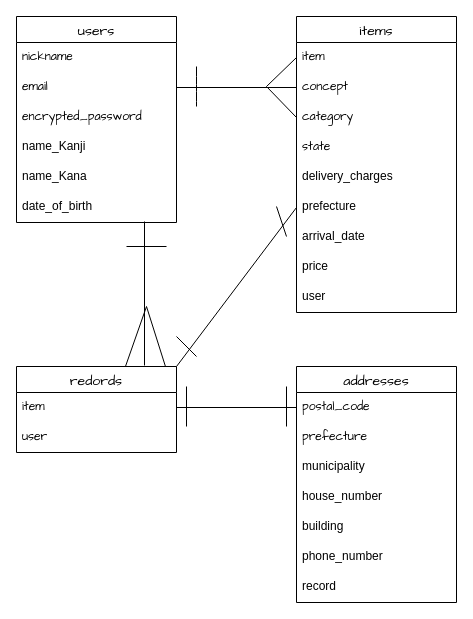
The draw.io diagram furima.dio in 310Wakana/furima-40149, before the edit. Source tidied: cells renumbered, new cells numbered last; positions are measured from the earlier drawing's top-left corner, leaving out a move shared by most shapes. Both pictures are drawn from the tidied source at 100%, with x=0, y=0 at pixel (16, 16).
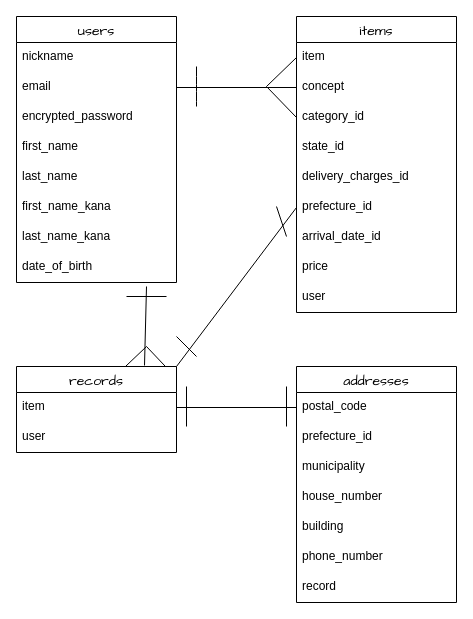
The same diagram, later.

Unchanged cells that the change refers to:
```xml
<mxCell id="9" value="items" style="swimlane;fontStyle=0;horizontal=1;startSize=26;align=center;fontSize=14;hachureGap=4;fontFamily=Architects Daughter;" parent="1" vertex="1">
  <mxGeometry x="280" width="160" height="296" as="geometry" />
</mxCell>
<mxCell id="22" value="addresses" style="swimlane;fontStyle=0;horizontal=1;startSize=26;align=center;fontSize=14;hachureGap=4;fontFamily=Architects Daughter;" parent="1" vertex="1">
  <mxGeometry x="280" y="350" width="160" height="236" as="geometry" />
</mxCell>
```

Change to the diagram source:
```diff
@@
     <mxCell id="2" value="users" style="swimlane;fontStyle=0;horizontal=1;startSize=26;align=center;fontSize=14;hachureGap=4;fontFamily=Architects Daughter;" parent="1" vertex="1">
-      <mxGeometry width="160" height="206" as="geometry" />
+      <mxGeometry width="160" height="266" as="geometry" />
     </mxCell>
-    <mxCell id="3" value="nickname" style="text;strokeColor=none;fillColor=none;spacingLeft=4;spacingRight=4;overflow=hidden;fontSize=12;hachureGap=4;fontFamily=Architects Daughter;" parent="2" vertex="1">
+    <mxCell id="3" value="nickname" style="text;strokeColor=none;fillColor=none;spacingLeft=4;spacingRight=4;overflow=hidden;fontSize=12;hachureGap=4;fontFamily=Helvetica;" parent="2" vertex="1">
       <mxGeometry y="26" width="160" height="30" as="geometry" />
     </mxCell>
-    <mxCell id="4" value="email" style="text;strokeColor=none;fillColor=none;spacingLeft=4;spacingRight=4;overflow=hidden;points=[[0,0.5],[1,0.5]];portConstraint=eastwest;fontSize=12;hachureGap=4;fontFamily=Architects Daughter;" parent="2" vertex="1">
+    <mxCell id="4" value="email" style="text;strokeColor=none;fillColor=none;spacingLeft=4;spacingRight=4;overflow=hidden;points=[[0,0.5],[1,0.5]];portConstraint=eastwest;fontSize=12;hachureGap=4;fontFamily=Helvetica;" parent="2" vertex="1">
       <mxGeometry y="56" width="160" height="30" as="geometry" />
     </mxCell>
-    <mxCell id="5" value="encrypted_password" style="text;strokeColor=none;fillColor=none;spacingLeft=4;spacingRight=4;overflow=hidden;fontSize=12;hachureGap=4;fontFamily=Architects Daughter;" parent="2" vertex="1">
+    <mxCell id="5" value="encrypted_password" style="text;strokeColor=none;fillColor=none;spacingLeft=4;spacingRight=4;overflow=hidden;fontSize=12;hachureGap=4;fontFamily=Helvetica;" parent="2" vertex="1">
       <mxGeometry y="86" width="160" height="30" as="geometry" />
     </mxCell>
-    <mxCell id="6" value="name_Kanji" style="text;strokeColor=none;fillColor=none;spacingLeft=4;spacingRight=4;overflow=hidden;fontSize=12;" parent="2" vertex="1">
+    <mxCell id="6" value="first_name" style="text;strokeColor=none;fillColor=none;spacingLeft=4;spacingRight=4;overflow=hidden;fontSize=12;" parent="2" vertex="1">
       <mxGeometry y="116" width="160" height="30" as="geometry" />
     </mxCell>
-    <mxCell id="7" value="name_Kana" style="text;strokeColor=none;fillColor=none;spacingLeft=4;spacingRight=4;overflow=hidden;fontSize=12;" parent="2" vertex="1">
+    <mxCell id="7" value="last_name" style="text;strokeColor=none;fillColor=none;spacingLeft=4;spacingRight=4;overflow=hidden;fontSize=12;" parent="2" vertex="1">
       <mxGeometry y="146" width="160" height="30" as="geometry" />
     </mxCell>
-    <mxCell id="8" value="date_of_birth" style="text;strokeColor=none;fillColor=none;spacingLeft=4;spacingRight=4;overflow=hidden;points=[[0,0.5],[1,0.5]];portConstraint=eastwest;fontSize=12;" parent="2" vertex="1">
+    <mxCell id="8" value="first_name_kana" style="text;strokeColor=none;fillColor=none;spacingLeft=4;spacingRight=4;overflow=hidden;points=[[0,0.5],[1,0.5]];portConstraint=eastwest;fontSize=12;" parent="2" vertex="1">
       <mxGeometry y="176" width="160" height="30" as="geometry" />
     </mxCell>
+    <mxCell id="44" value="last_name_kana" style="text;strokeColor=none;fillColor=none;spacingLeft=4;spacingRight=4;overflow=hidden;fontSize=12;" parent="2" vertex="1">
+      <mxGeometry y="206" width="160" height="30" as="geometry" />
+    </mxCell>
+    <mxCell id="45" value="date_of_birth" style="text;strokeColor=none;fillColor=none;spacingLeft=4;spacingRight=4;overflow=hidden;fontSize=12;" parent="2" vertex="1">
+      <mxGeometry y="236" width="160" height="30" as="geometry" />
+    </mxCell>
@@
-    <mxCell id="10" value="item" style="text;strokeColor=none;fillColor=none;spacingLeft=4;spacingRight=4;overflow=hidden;points=[[0,0.5],[1,0.5]];portConstraint=eastwest;fontSize=12;hachureGap=4;fontFamily=Architects Daughter;" parent="9" vertex="1">
+    <mxCell id="10" value="item" style="text;strokeColor=none;fillColor=none;spacingLeft=4;spacingRight=4;overflow=hidden;points=[[0,0.5],[1,0.5]];portConstraint=eastwest;fontSize=12;hachureGap=4;fontFamily=Helvetica;" parent="9" vertex="1">
       <mxGeometry y="26" width="160" height="30" as="geometry" />
     </mxCell>
-    <mxCell id="11" value="concept" style="text;strokeColor=none;fillColor=none;spacingLeft=4;spacingRight=4;overflow=hidden;points=[[0,0.5],[1,0.5]];portConstraint=eastwest;fontSize=12;hachureGap=4;fontFamily=Architects Daughter;" parent="9" vertex="1">
+    <mxCell id="11" value="concept" style="text;strokeColor=none;fillColor=none;spacingLeft=4;spacingRight=4;overflow=hidden;points=[[0,0.5],[1,0.5]];portConstraint=eastwest;fontSize=12;hachureGap=4;fontFamily=Helvetica;" parent="9" vertex="1">
       <mxGeometry y="56" width="160" height="30" as="geometry" />
     </mxCell>
-    <mxCell id="12" value="category" style="text;strokeColor=none;fillColor=none;spacingLeft=4;spacingRight=4;overflow=hidden;points=[[0,0.5],[1,0.5]];portConstraint=eastwest;fontSize=12;hachureGap=4;fontFamily=Architects Daughter;" parent="9" vertex="1">
+    <mxCell id="12" value="category_id" style="text;strokeColor=none;fillColor=none;spacingLeft=4;spacingRight=4;overflow=hidden;points=[[0,0.5],[1,0.5]];portConstraint=eastwest;fontSize=12;hachureGap=4;fontFamily=Helvetica;" parent="9" vertex="1">
       <mxGeometry y="86" width="160" height="30" as="geometry" />
     </mxCell>
-    <mxCell id="13" value="state" style="text;strokeColor=none;fillColor=none;spacingLeft=4;spacingRight=4;overflow=hidden;fontSize=12;hachureGap=4;fontFamily=Architects Daughter;" parent="9" vertex="1">
+    <mxCell id="13" value="state_id" style="text;strokeColor=none;fillColor=none;spacingLeft=4;spacingRight=4;overflow=hidden;fontSize=12;hachureGap=4;fontFamily=Helvetica;" parent="9" vertex="1">
       <mxGeometry y="116" width="160" height="30" as="geometry" />
     </mxCell>
-    <mxCell id="14" value="delivery_charges" style="text;strokeColor=none;fillColor=none;spacingLeft=4;spacingRight=4;overflow=hidden;fontSize=12;" parent="9" vertex="1">
+    <mxCell id="14" value="delivery_charges_id" style="text;strokeColor=none;fillColor=none;spacingLeft=4;spacingRight=4;overflow=hidden;fontSize=12;" parent="9" vertex="1">
       <mxGeometry y="146" width="160" height="30" as="geometry" />
     </mxCell>
-    <mxCell id="15" value="prefecture" style="text;strokeColor=none;fillColor=none;spacingLeft=4;spacingRight=4;overflow=hidden;points=[[0,0.5],[1,0.5]];portConstraint=eastwest;fontSize=12;" parent="9" vertex="1">
+    <mxCell id="15" value="prefecture_id" style="text;strokeColor=none;fillColor=none;spacingLeft=4;spacingRight=4;overflow=hidden;points=[[0,0.5],[1,0.5]];portConstraint=eastwest;fontSize=12;" parent="9" vertex="1">
       <mxGeometry y="176" width="160" height="30" as="geometry" />
     </mxCell>
-    <mxCell id="16" value="arrival_date" style="text;strokeColor=none;fillColor=none;spacingLeft=4;spacingRight=4;overflow=hidden;fontSize=12;" parent="9" vertex="1">
+    <mxCell id="16" value="arrival_date_id" style="text;strokeColor=none;fillColor=none;spacingLeft=4;spacingRight=4;overflow=hidden;fontSize=12;" parent="9" vertex="1">
       <mxGeometry y="206" width="160" height="30" as="geometry" />
     </mxCell>
@@
-    <mxCell id="19" value="redords" style="swimlane;fontStyle=0;horizontal=1;startSize=26;align=center;fontSize=14;hachureGap=4;fontFamily=Architects Daughter;" parent="1" vertex="1">
+    <mxCell id="19" value="records" style="swimlane;fontStyle=0;horizontal=1;startSize=26;align=center;fontSize=14;hachureGap=4;fontFamily=Architects Daughter;" parent="1" vertex="1">
       <mxGeometry y="350" width="160" height="86" as="geometry" />
     </mxCell>
-    <mxCell id="20" value="item" style="text;strokeColor=none;fillColor=none;spacingLeft=4;spacingRight=4;overflow=hidden;points=[[0,0.5],[1,0.5]];portConstraint=eastwest;fontSize=12;hachureGap=4;fontFamily=Architects Daughter;" parent="19" vertex="1">
+    <mxCell id="20" value="item" style="text;strokeColor=none;fillColor=none;spacingLeft=4;spacingRight=4;overflow=hidden;points=[[0,0.5],[1,0.5]];portConstraint=eastwest;fontSize=12;hachureGap=4;fontFamily=Helvetica;" parent="19" vertex="1">
       <mxGeometry y="26" width="160" height="30" as="geometry" />
     </mxCell>
-    <mxCell id="21" value="user" style="text;strokeColor=none;fillColor=none;spacingLeft=4;spacingRight=4;overflow=hidden;fontSize=12;hachureGap=4;fontFamily=Architects Daughter;" parent="19" vertex="1">
+    <mxCell id="21" value="user" style="text;strokeColor=none;fillColor=none;spacingLeft=4;spacingRight=4;overflow=hidden;fontSize=12;hachureGap=4;fontFamily=Helvetica;" parent="19" vertex="1">
       <mxGeometry y="56" width="160" height="30" as="geometry" />
     </mxCell>
@@
-    <mxCell id="23" value="postal_code" style="text;strokeColor=none;fillColor=none;spacingLeft=4;spacingRight=4;overflow=hidden;points=[[0,0.5],[1,0.5]];portConstraint=eastwest;fontSize=12;hachureGap=4;fontFamily=Architects Daughter;" parent="22" vertex="1">
+    <mxCell id="23" value="postal_code" style="text;strokeColor=none;fillColor=none;spacingLeft=4;spacingRight=4;overflow=hidden;points=[[0,0.5],[1,0.5]];portConstraint=eastwest;fontSize=12;hachureGap=4;fontFamily=Helvetica;" parent="22" vertex="1">
       <mxGeometry y="26" width="160" height="30" as="geometry" />
     </mxCell>
-    <mxCell id="24" value="prefecture" style="text;strokeColor=none;fillColor=none;spacingLeft=4;spacingRight=4;overflow=hidden;fontSize=12;hachureGap=4;fontFamily=Architects Daughter;" parent="22" vertex="1">
+    <mxCell id="24" value="prefecture_id" style="text;strokeColor=none;fillColor=none;spacingLeft=4;spacingRight=4;overflow=hidden;fontSize=12;hachureGap=4;fontFamily=Helvetica;" parent="22" vertex="1">
       <mxGeometry y="56" width="160" height="30" as="geometry" />
     </mxCell>
-    <mxCell id="25" value="municipality" style="text;strokeColor=none;fillColor=none;spacingLeft=4;spacingRight=4;overflow=hidden;fontSize=12;" parent="22" vertex="1">
+    <mxCell id="25" value="municipality" style="text;strokeColor=none;fillColor=none;spacingLeft=4;spacingRight=4;overflow=hidden;fontSize=12;fontFamily=Helvetica;" parent="22" vertex="1">
       <mxGeometry y="86" width="160" height="30" as="geometry" />
     </mxCell>
@@
-    <mxCell id="31" style="edgeStyle=none;html=1;entryX=0.8;entryY=-0.012;entryDx=0;entryDy=0;entryPerimeter=0;endArrow=none;endFill=0;exitX=0.8;exitY=0.967;exitDx=0;exitDy=0;exitPerimeter=0;" parent="1" edge="1" source="8" target="19">
-      <mxGeometry relative="1" as="geometry" />
+    <mxCell id="31" style="edgeStyle=none;html=1;entryX=0.8;entryY=-0.012;entryDx=0;entryDy=0;entryPerimeter=0;endArrow=none;endFill=0;" parent="1" edge="1" target="19">
+      <mxGeometry relative="1" as="geometry">
+        <mxPoint x="130" y="270" as="sourcePoint" />
+      </mxGeometry>
     </mxCell>
@@
     <mxCell id="33" style="endArrow=none;html=1;rounded=0;" parent="1" edge="1">
       <mxGeometry relative="1" as="geometry">
-        <mxPoint x="110" y="230" as="sourcePoint" />
-        <mxPoint x="150" y="230" as="targetPoint" />
+        <mxPoint x="110" y="280" as="sourcePoint" />
+        <mxPoint x="150" y="280" as="targetPoint" />
       </mxGeometry>
     </mxCell>
@@
     <mxCell id="36" style="endArrow=none;html=1;rounded=0;exitX=0.681;exitY=0;exitDx=0;exitDy=0;exitPerimeter=0;" parent="1" edge="1" source="19">
       <mxGeometry relative="1" as="geometry">
-        <mxPoint x="130" y="290" as="targetPoint" />
+        <mxPoint x="130" y="330" as="targetPoint" />
       </mxGeometry>
     </mxCell>
     <mxCell id="37" style="endArrow=none;html=1;rounded=0;exitX=0.931;exitY=0;exitDx=0;exitDy=0;exitPerimeter=0;" parent="1" edge="1" source="19">
       <mxGeometry relative="1" as="geometry">
-        <mxPoint x="130" y="290" as="targetPoint" />
+        <mxPoint x="130" y="330" as="targetPoint" />
       </mxGeometry>
     </mxCell>
```
